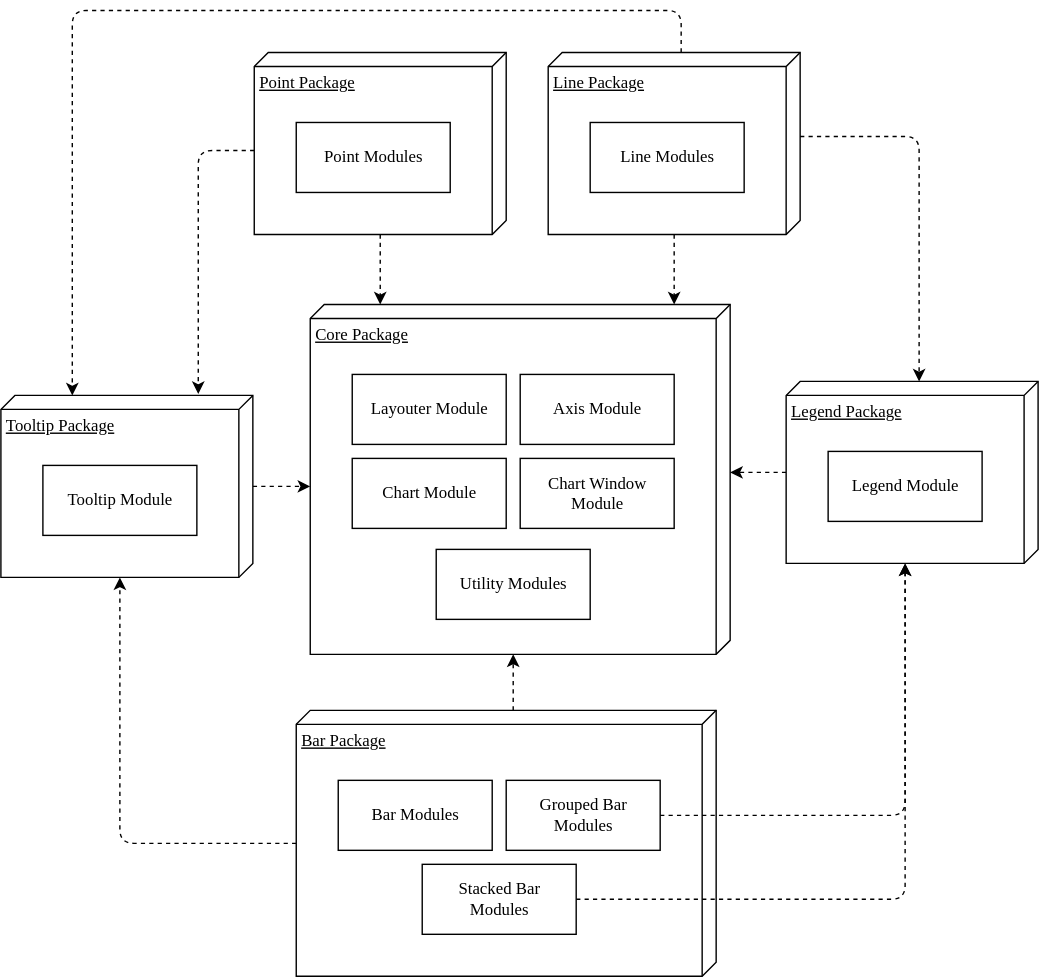
Above: diagrams/respvis-packages.svg in AlmostBearded/respvis-thesis (draw.io), before the change. Source tidied: cells renumbered, new cells last; positions are measured from the earlier drawing's top-left corner, leaving out a move shared by most shapes.
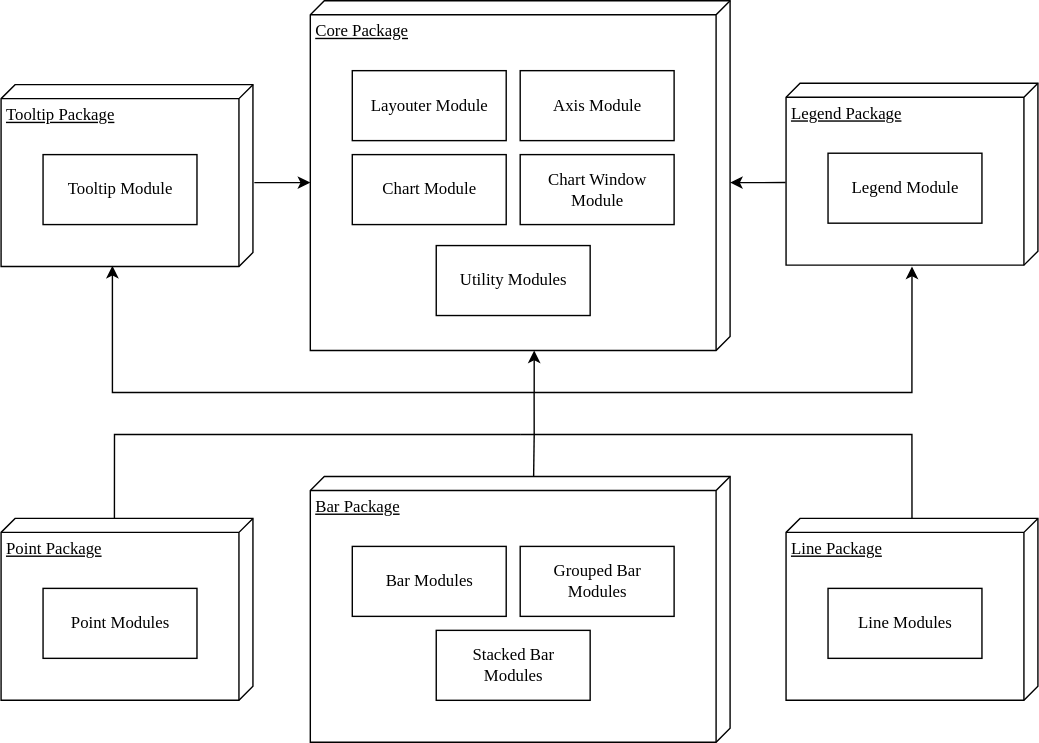
Above is the later version.

Commit message:
Move point, line, and bar packages to same y level

Change to the diagram source:
```diff
@@ -20,95 +20,102 @@
     <mxCell id="7" value="Chart Window&lt;br&gt;Module" style="html=1;rounded=0;shadow=0;comic=0;labelBackgroundColor=none;strokeWidth=1;fontFamily=Verdana;fontSize=12;align=center;" parent="1" vertex="1">
       <mxGeometry x="371" y="320" width="110" height="50" as="geometry" />
     </mxCell>
-    <mxCell id="8" style="edgeStyle=orthogonalEdgeStyle;rounded=1;jettySize=auto;html=1;entryX=0;entryY=0;entryDx=130;entryDy=300;entryPerimeter=0;dashed=1;" parent="1" edge="1" source="9" target="2">
-      <mxGeometry relative="1" as="geometry" />
-    </mxCell>
+    <mxCell id="31" style="group;" parent="1" vertex="1">
+      <mxGeometry x="561" y="580" width="180" height="130" as="geometry" />
+    </mxCell>
+    <mxCell id="27" value="Line Package" style="verticalAlign=top;align=left;spacingTop=8;spacingLeft=2;spacingRight=12;shape=cube;size=10;direction=south;fontStyle=4;html=1;rounded=0;shadow=0;comic=0;labelBackgroundColor=none;strokeWidth=1;fontFamily=Verdana;fontSize=12;" parent="31" vertex="1">
+      <mxGeometry width="180" height="130" as="geometry" />
+    </mxCell>
+    <mxCell id="28" value="Line Modules" style="html=1;rounded=0;shadow=0;comic=0;labelBackgroundColor=none;strokeWidth=1;fontFamily=Verdana;fontSize=12;align=center;" parent="31" vertex="1">
+      <mxGeometry x="30" y="50" width="110" height="50" as="geometry" />
+    </mxCell>
+    <mxCell id="32" style="group;" parent="1" vertex="1">
+      <mxGeometry x="221" y="550" width="300" height="190" as="geometry" />
+    </mxCell>
+    <mxCell id="16" value="Bar Package" style="verticalAlign=top;align=left;spacingTop=8;spacingLeft=2;spacingRight=12;shape=cube;size=10;direction=south;fontStyle=4;html=1;rounded=0;shadow=0;comic=0;labelBackgroundColor=none;strokeWidth=1;fontFamily=Verdana;fontSize=12;" parent="32" vertex="1">
+      <mxGeometry width="300" height="190" as="geometry" />
+    </mxCell>
+    <mxCell id="17" value="Bar Modules" style="html=1;rounded=0;shadow=0;comic=0;labelBackgroundColor=none;strokeWidth=1;fontFamily=Verdana;fontSize=12;align=center;" parent="32" vertex="1">
+      <mxGeometry x="30" y="50" width="110" height="50" as="geometry" />
+    </mxCell>
+    <mxCell id="19" value="Grouped Bar&lt;br&gt;Modules" style="html=1;rounded=0;shadow=0;comic=0;labelBackgroundColor=none;strokeWidth=1;fontFamily=Verdana;fontSize=12;align=center;" parent="32" vertex="1">
+      <mxGeometry x="150" y="50" width="110" height="50" as="geometry" />
+    </mxCell>
+    <mxCell id="21" value="Stacked Bar&lt;br&gt;Modules" style="html=1;rounded=0;shadow=0;comic=0;labelBackgroundColor=none;strokeWidth=1;fontFamily=Verdana;fontSize=12;align=center;" parent="32" vertex="1">
+      <mxGeometry x="90" y="110" width="110" height="50" as="geometry" />
+    </mxCell>
+    <mxCell id="33" style="group;" parent="1" vertex="1">
+      <mxGeometry y="270" width="180" height="130" as="geometry" />
+    </mxCell>
-    <mxCell id="9" value="Tooltip Package" style="verticalAlign=top;align=left;spacingTop=8;spacingLeft=2;spacingRight=12;shape=cube;size=10;direction=south;fontStyle=4;html=1;rounded=0;shadow=0;comic=0;labelBackgroundColor=none;strokeWidth=1;fontFamily=Verdana;fontSize=12;" parent="1" vertex="1">
-      <mxGeometry y="275" width="180" height="130" as="geometry" />
+    <mxCell id="9" value="Tooltip Package" style="verticalAlign=top;align=left;spacingTop=8;spacingLeft=2;spacingRight=12;shape=cube;size=10;direction=south;fontStyle=4;html=1;rounded=0;shadow=0;comic=0;labelBackgroundColor=none;strokeWidth=1;fontFamily=Verdana;fontSize=12;" parent="33" vertex="1">
+      <mxGeometry width="180" height="130" as="geometry" />
     </mxCell>
-    <mxCell id="10" value="Tooltip Module" style="html=1;rounded=0;shadow=0;comic=0;labelBackgroundColor=none;strokeWidth=1;fontFamily=Verdana;fontSize=12;align=center;" parent="1" vertex="1">
-      <mxGeometry x="30" y="325" width="110" height="50" as="geometry" />
+    <mxCell id="10" value="Tooltip Module" style="html=1;rounded=0;shadow=0;comic=0;labelBackgroundColor=none;strokeWidth=1;fontFamily=Verdana;fontSize=12;align=center;" parent="33" vertex="1">
+      <mxGeometry x="30" y="50" width="110" height="50" as="geometry" />
     </mxCell>
-    <mxCell id="11" style="edgeStyle=orthogonalEdgeStyle;rounded=1;jettySize=auto;html=1;entryX=0;entryY=0;entryDx=120;entryDy=0;entryPerimeter=0;dashed=1;" parent="1" edge="1" source="12" target="2">
-      <mxGeometry relative="1" as="geometry" />
-    </mxCell>
+    <mxCell id="34" style="group;" parent="1" vertex="1">
+      <mxGeometry x="561" y="269" width="180" height="130" as="geometry" />
+    </mxCell>
-    <mxCell id="12" value="Legend Package" style="verticalAlign=top;align=left;spacingTop=8;spacingLeft=2;spacingRight=12;shape=cube;size=10;direction=south;fontStyle=4;html=1;rounded=0;shadow=0;comic=0;labelBackgroundColor=none;strokeWidth=1;fontFamily=Verdana;fontSize=12;" parent="1" vertex="1">
-      <mxGeometry x="561" y="265" width="180" height="130" as="geometry" />
+    <mxCell id="12" value="Legend Package" style="verticalAlign=top;align=left;spacingTop=8;spacingLeft=2;spacingRight=12;shape=cube;size=10;direction=south;fontStyle=4;html=1;rounded=0;shadow=0;comic=0;labelBackgroundColor=none;strokeWidth=1;fontFamily=Verdana;fontSize=12;" parent="34" vertex="1">
+      <mxGeometry width="180" height="130" as="geometry" />
     </mxCell>
-    <mxCell id="13" value="Legend Module" style="html=1;rounded=0;shadow=0;comic=0;labelBackgroundColor=none;strokeWidth=1;fontFamily=Verdana;fontSize=12;align=center;" parent="1" vertex="1">
-      <mxGeometry x="591" y="315" width="110" height="50" as="geometry" />
+    <mxCell id="13" value="Legend Module" style="html=1;rounded=0;shadow=0;comic=0;labelBackgroundColor=none;strokeWidth=1;fontFamily=Verdana;fontSize=12;align=center;" parent="34" vertex="1">
+      <mxGeometry x="30" y="50" width="110" height="50" as="geometry" />
     </mxCell>
-    <mxCell id="14" style="edgeStyle=orthogonalEdgeStyle;rounded=1;jettySize=auto;html=1;exitX=0;exitY=0;exitDx=0;exitDy=145;exitPerimeter=0;entryX=0;entryY=0;entryDx=250;entryDy=155;entryPerimeter=0;dashed=1;" parent="1" edge="1" source="16" target="2">
-      <mxGeometry relative="1" as="geometry" />
-    </mxCell>
-    <mxCell id="15" style="edgeStyle=orthogonalEdgeStyle;rounded=1;jettySize=auto;html=1;entryX=0;entryY=0;entryDx=130;entryDy=95;entryPerimeter=0;dashed=1;" parent="1" edge="1" source="16" target="9">
-      <mxGeometry relative="1" as="geometry" />
-    </mxCell>
-    <mxCell id="16" value="Bar Package" style="verticalAlign=top;align=left;spacingTop=8;spacingLeft=2;spacingRight=12;shape=cube;size=10;direction=south;fontStyle=4;html=1;rounded=0;shadow=0;comic=0;labelBackgroundColor=none;strokeWidth=1;fontFamily=Verdana;fontSize=12;" parent="1" vertex="1">
-      <mxGeometry x="211" y="500" width="300" height="190" as="geometry" />
-    </mxCell>
-    <mxCell id="17" value="Bar Modules" style="html=1;rounded=0;shadow=0;comic=0;labelBackgroundColor=none;strokeWidth=1;fontFamily=Verdana;fontSize=12;align=center;" parent="1" vertex="1">
-      <mxGeometry x="241" y="550" width="110" height="50" as="geometry" />
-    </mxCell>
-    <mxCell id="18" style="edgeStyle=orthogonalEdgeStyle;rounded=1;jettySize=auto;html=1;exitX=1;exitY=0.5;exitDx=0;exitDy=0;entryX=0;entryY=0;entryDx=130;entryDy=95;entryPerimeter=0;dashed=1;" parent="1" edge="1" source="19" target="12">
-      <mxGeometry relative="1" as="geometry">
-        <Array as="points">
-          <mxPoint x="646" y="575" />
-        </Array>
-      </mxGeometry>
-    </mxCell>
-    <mxCell id="19" value="Grouped Bar&lt;br&gt;Modules" style="html=1;rounded=0;shadow=0;comic=0;labelBackgroundColor=none;strokeWidth=1;fontFamily=Verdana;fontSize=12;align=center;" parent="1" vertex="1">
-      <mxGeometry x="361" y="550" width="110" height="50" as="geometry" />
-    </mxCell>
-    <mxCell id="20" style="edgeStyle=orthogonalEdgeStyle;rounded=1;jettySize=auto;html=1;exitX=1;exitY=0.5;exitDx=0;exitDy=0;entryX=0;entryY=0;entryDx=130;entryDy=95;entryPerimeter=0;dashed=1;" parent="1" edge="1" source="21" target="12">
-      <mxGeometry relative="1" as="geometry" />
-    </mxCell>
-    <mxCell id="21" value="Stacked Bar&lt;br&gt;Modules" style="html=1;rounded=0;shadow=0;comic=0;labelBackgroundColor=none;strokeWidth=1;fontFamily=Verdana;fontSize=12;align=center;" parent="1" vertex="1">
-      <mxGeometry x="301" y="610" width="110" height="50" as="geometry" />
-    </mxCell>
-    <mxCell id="22" style="edgeStyle=orthogonalEdgeStyle;rounded=1;jettySize=auto;html=1;exitX=0;exitY=0;exitDx=70;exitDy=180;exitPerimeter=0;dashed=1;" parent="1" edge="1" source="24">
-      <mxGeometry relative="1" as="geometry">
-        <mxPoint x="141" y="274" as="targetPoint" />
-        <Array as="points">
-          <mxPoint x="141" y="100" />
-          <mxPoint x="141" y="274" />
-        </Array>
-      </mxGeometry>
-    </mxCell>
-    <mxCell id="23" style="edgeStyle=orthogonalEdgeStyle;rounded=1;jettySize=auto;html=1;entryX=0;entryY=0;entryDx=0;entryDy=145;entryPerimeter=0;dashed=1;" parent="1" edge="1" source="24">
-      <mxGeometry relative="1" as="geometry">
-        <mxPoint x="271" y="210" as="targetPoint" />
-      </mxGeometry>
-    </mxCell>
     <mxCell id="24" value="Point Package" style="verticalAlign=top;align=left;spacingTop=8;spacingLeft=2;spacingRight=12;shape=cube;size=10;direction=south;fontStyle=4;html=1;rounded=0;shadow=0;comic=0;labelBackgroundColor=none;strokeWidth=1;fontFamily=Verdana;fontSize=12;" parent="1" vertex="1">
-      <mxGeometry x="181" y="30" width="180" height="130" as="geometry" />
+      <mxGeometry y="580" width="180" height="130" as="geometry" />
     </mxCell>
     <mxCell id="25" value="Point Modules" style="html=1;rounded=0;shadow=0;comic=0;labelBackgroundColor=none;strokeWidth=1;fontFamily=Verdana;fontSize=12;align=center;" parent="1" vertex="1">
-      <mxGeometry x="211" y="80" width="110" height="50" as="geometry" />
+      <mxGeometry x="30" y="630" width="110" height="50" as="geometry" />
     </mxCell>
-    <mxCell id="26" style="edgeStyle=orthogonalEdgeStyle;rounded=1;jettySize=auto;html=1;entryX=0;entryY=0;entryDx=0;entryDy=145;entryPerimeter=0;dashed=1;" parent="1" edge="1" source="27">
-      <mxGeometry relative="1" as="geometry">
-        <mxPoint x="481" y="210" as="targetPoint" />
-      </mxGeometry>
-    </mxCell>
-    <mxCell id="27" value="Line Package" style="verticalAlign=top;align=left;spacingTop=8;spacingLeft=2;spacingRight=12;shape=cube;size=10;direction=south;fontStyle=4;html=1;rounded=0;shadow=0;comic=0;labelBackgroundColor=none;strokeWidth=1;fontFamily=Verdana;fontSize=12;" parent="1" vertex="1">
-      <mxGeometry x="391" y="30" width="180" height="130" as="geometry" />
-    </mxCell>
-    <mxCell id="28" value="Line Modules" style="html=1;rounded=0;shadow=0;comic=0;labelBackgroundColor=none;strokeWidth=1;fontFamily=Verdana;fontSize=12;align=center;" parent="1" vertex="1">
-      <mxGeometry x="421" y="80" width="110" height="50" as="geometry" />
-    </mxCell>
-    <mxCell id="29" style="edgeStyle=orthogonalEdgeStyle;rounded=1;jettySize=auto;html=1;entryX=0;entryY=0;entryDx=0;entryDy=85;entryPerimeter=0;dashed=1;exitX=0;exitY=0;exitDx=60;exitDy=0;exitPerimeter=0;" parent="1" edge="1" source="27" target="12">
-      <mxGeometry relative="1" as="geometry" />
-    </mxCell>
-    <mxCell id="30" style="edgeStyle=orthogonalEdgeStyle;rounded=1;jettySize=auto;html=1;exitX=0;exitY=0;exitDx=0;exitDy=85;exitPerimeter=0;dashed=1;" parent="1" edge="1" source="27">
-      <mxGeometry relative="1" as="geometry">
-        <mxPoint x="51" y="275" as="targetPoint" />
-        <Array as="points">
-          <mxPoint x="486" />
-          <mxPoint x="51" />
-          <mxPoint x="51" y="275" />
-        </Array>
-      </mxGeometry>
-    </mxCell>
+    <mxCell id="35" style="endArrow=none;html=1;rounded=0;exitX=0.003;exitY=0.5;exitDx=0;exitDy=0;exitPerimeter=0;edgeStyle=orthogonalEdgeStyle;" parent="1" edge="1" source="27">
+      <mxGeometry relative="1" as="geometry">
+        <mxPoint x="371" y="520" as="targetPoint" />
+        <Array as="points">
+          <mxPoint x="651" y="520" />
+          <mxPoint x="371" y="520" />
+        </Array>
+      </mxGeometry>
+    </mxCell>
+    <mxCell id="36" style="endArrow=none;html=1;rounded=0;edgeStyle=orthogonalEdgeStyle;" parent="1" edge="1">
+      <mxGeometry relative="1" as="geometry">
+        <mxPoint x="371" y="520" as="sourcePoint" />
+        <mxPoint x="81" y="580" as="targetPoint" />
+      </mxGeometry>
+    </mxCell>
+    <mxCell id="37" style="endArrow=none;html=1;rounded=0;entryX=0;entryY=0.468;entryDx=0;entryDy=0;entryPerimeter=0;" parent="1" edge="1" target="16">
+      <mxGeometry relative="1" as="geometry">
+        <mxPoint x="381" y="520" as="sourcePoint" />
+      </mxGeometry>
+    </mxCell>
+    <mxCell id="38" style="endArrow=classic;html=1;rounded=0;entryX=0.996;entryY=0.558;entryDx=0;entryDy=0;entryPerimeter=0;edgeStyle=orthogonalEdgeStyle;" parent="1" edge="1" target="9">
+      <mxGeometry relative="1" as="geometry">
+        <mxPoint x="381" y="520" as="sourcePoint" />
+        <Array as="points">
+          <mxPoint x="381" y="490" />
+          <mxPoint x="80" y="490" />
+        </Array>
+      </mxGeometry>
+    </mxCell>
+    <mxCell id="39" style="endArrow=classic;html=1;rounded=0;" parent="1" edge="1">
+      <mxGeometry relative="1" as="geometry">
+        <mxPoint x="381" y="490" as="sourcePoint" />
+        <mxPoint x="381" y="460" as="targetPoint" />
+      </mxGeometry>
+    </mxCell>
+    <mxCell id="40" style="endArrow=classic;html=1;rounded=0;edgeStyle=orthogonalEdgeStyle;" parent="1" edge="1">
+      <mxGeometry relative="1" as="geometry">
+        <mxPoint x="381" y="490" as="sourcePoint" />
+        <mxPoint x="651" y="400" as="targetPoint" />
+      </mxGeometry>
+    </mxCell>
+    <mxCell id="11" style="endArrow=classic;html=1;rounded=0;exitX=0.546;exitY=1.002;exitDx=0;exitDy=0;exitPerimeter=0;entryX=0.52;entryY=0;entryDx=0;entryDy=0;entryPerimeter=0;" parent="1" edge="1" source="12" target="2">
+      <mxGeometry relative="1" as="geometry" />
+    </mxCell>
+    <mxCell id="41" style="endArrow=classic;html=1;rounded=0;entryX=0;entryY=0;entryDx=130;entryDy=300;entryPerimeter=0;" parent="1" edge="1" target="2">
+      <mxGeometry relative="1" as="geometry">
+        <mxPoint x="181" y="340" as="sourcePoint" />
+      </mxGeometry>
+    </mxCell>
   </root>
 </mxGraphModel>
```
